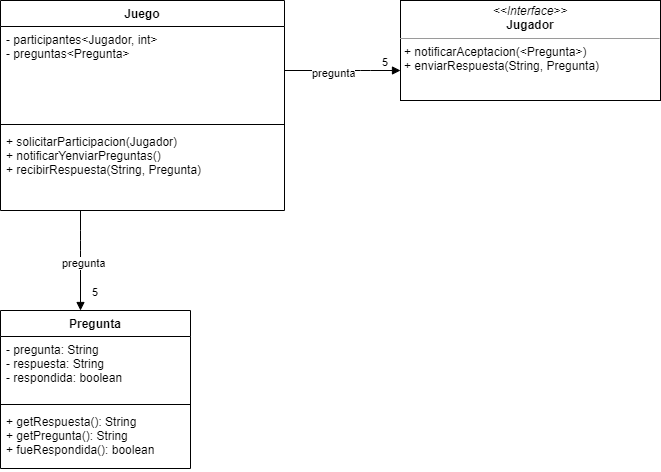
CundariNicolas/unqui-poo2-cundari keeps this draw.io diagram as src/concursoDePreguntas.png. Above is the earlier version. Source tidied: cells renumbered, new cells last; positions are measured from the earlier drawing's top-left corner, leaving out a move shared by most shapes.
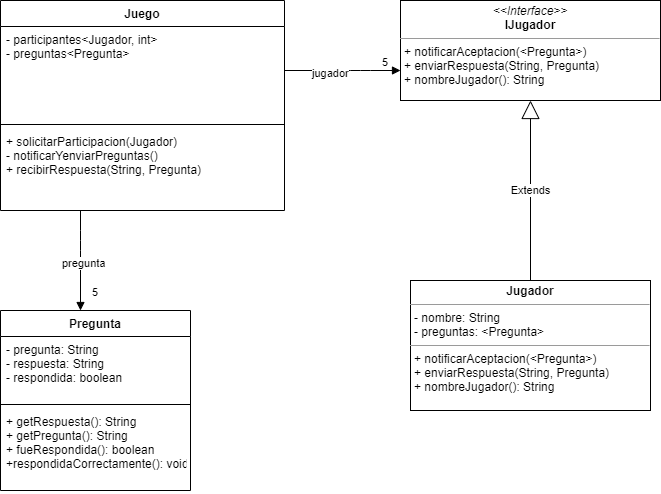
Above is the later version.

Change to the diagram source:
```diff
@@ -11,14 +11,14 @@
     <mxCell id="4" style="line;strokeWidth=1;fillColor=none;align=left;verticalAlign=middle;spacingTop=-1;spacingLeft=3;spacingRight=3;labelPosition=right;" parent="2" vertex="1">
       <mxGeometry y="120" width="284" height="8" as="geometry" />
     </mxCell>
-    <mxCell id="5" value="+ solicitarParticipacion(Jugador)&#10;+ notificarYenviarPreguntas()&#10;+ recibirRespuesta(String, Pregunta)&#10;&#10;" style="text;strokeColor=none;fillColor=none;align=left;verticalAlign=top;spacingLeft=4;spacingRight=4;overflow=hidden;" parent="2" vertex="1">
+    <mxCell id="5" value="+ solicitarParticipacion(Jugador)&#10;- notificarYenviarPreguntas()&#10;+ recibirRespuesta(String, Pregunta)&#10;&#10;" style="text;strokeColor=none;fillColor=none;align=left;verticalAlign=top;spacingLeft=4;spacingRight=4;overflow=hidden;" parent="2" vertex="1">
       <mxGeometry y="128" width="284" height="82" as="geometry" />
     </mxCell>
-    <mxCell id="6" value="&lt;p style=&quot;margin: 0px ; margin-top: 4px ; text-align: center&quot;&gt;&lt;i&gt;&amp;lt;&amp;lt;Interface&amp;gt;&amp;gt;&lt;/i&gt;&lt;br&gt;&lt;b&gt;Jugador&lt;/b&gt;&lt;/p&gt;&lt;hr size=&quot;1&quot;&gt;&lt;p style=&quot;margin: 0px ; margin-left: 4px&quot;&gt;+ notificarAceptacion(&amp;lt;Pregunta&amp;gt;)&lt;/p&gt;&lt;p style=&quot;margin: 0px ; margin-left: 4px&quot;&gt;+ enviarRespuesta(String, Pregunta)&lt;/p&gt;&lt;p style=&quot;margin: 0px ; margin-left: 4px&quot;&gt;&lt;br&gt;&lt;/p&gt;" style="verticalAlign=top;align=left;overflow=fill;fontSize=12;fontFamily=Helvetica;html=1;" parent="1" vertex="1">
+    <mxCell id="6" value="&lt;p style=&quot;margin: 0px ; margin-top: 4px ; text-align: center&quot;&gt;&lt;i&gt;&amp;lt;&amp;lt;Interface&amp;gt;&amp;gt;&lt;/i&gt;&lt;br&gt;&lt;b&gt;IJugador&lt;/b&gt;&lt;/p&gt;&lt;hr size=&quot;1&quot;&gt;&lt;p style=&quot;margin: 0px ; margin-left: 4px&quot;&gt;+ notificarAceptacion(&amp;lt;Pregunta&amp;gt;)&lt;/p&gt;&lt;p style=&quot;margin: 0px ; margin-left: 4px&quot;&gt;+ enviarRespuesta(String, Pregunta)&lt;/p&gt;&lt;p style=&quot;margin: 0px ; margin-left: 4px&quot;&gt;+ nombreJugador(): String&lt;/p&gt;&lt;p style=&quot;margin: 0px ; margin-left: 4px&quot;&gt;&lt;br&gt;&lt;/p&gt;" style="verticalAlign=top;align=left;overflow=fill;fontSize=12;fontFamily=Helvetica;html=1;" parent="1" vertex="1">
       <mxGeometry x="400" width="260" height="100" as="geometry" />
     </mxCell>
     <mxCell id="7" value="Pregunta" style="swimlane;fontStyle=1;align=center;verticalAlign=top;horizontal=1;startSize=26;" parent="1" vertex="1">
-      <mxGeometry y="310" width="190" height="158" as="geometry" />
+      <mxGeometry y="310" width="190" height="180" as="geometry" />
     </mxCell>
     <mxCell id="8" value="- pregunta: String&#10;- respuesta: String&#10;- respondida: boolean" style="text;strokeColor=none;fillColor=none;align=left;verticalAlign=top;spacingLeft=4;spacingRight=4;overflow=hidden;" parent="7" vertex="1">
       <mxGeometry y="26" width="190" height="64" as="geometry" />
@@ -26,8 +26,8 @@
     <mxCell id="9" style="line;strokeWidth=1;fillColor=none;align=left;verticalAlign=middle;spacingTop=-1;spacingLeft=3;spacingRight=3;labelPosition=right;" parent="7" vertex="1">
       <mxGeometry y="90" width="190" height="8" as="geometry" />
     </mxCell>
-    <mxCell id="10" value="+ getRespuesta(): String&#10;+ getPregunta(): String&#10;+ fueRespondida(): boolean" style="text;strokeColor=none;fillColor=none;align=left;verticalAlign=top;spacingLeft=4;spacingRight=4;overflow=hidden;" parent="7" vertex="1">
-      <mxGeometry y="98" width="190" height="60" as="geometry" />
+    <mxCell id="10" value="+ getRespuesta(): String&#10;+ getPregunta(): String&#10;+ fueRespondida(): boolean&#10;+respondidaCorrectamente(): void&#10;" style="text;strokeColor=none;fillColor=none;align=left;verticalAlign=top;spacingLeft=4;spacingRight=4;overflow=hidden;" parent="7" vertex="1">
+      <mxGeometry y="98" width="190" height="82" as="geometry" />
     </mxCell>
     <mxCell id="11" value="pregunta" style="endArrow=block;endFill=1;html=1;edgeStyle=orthogonalEdgeStyle;align=left;verticalAlign=top;" parent="1" edge="1" source="2" target="7">
       <mxGeometry x="-0.2" y="-20" relative="1" as="geometry">
@@ -42,7 +42,7 @@
         <mxPoint x="10" y="90" as="offset" />
       </mxGeometry>
     </mxCell>
-    <mxCell id="13" value="pregunta" style="endArrow=block;endFill=1;html=1;edgeStyle=orthogonalEdgeStyle;align=left;verticalAlign=top;" parent="1" edge="1" source="2" target="6">
+    <mxCell id="13" value="jugador" style="endArrow=block;endFill=1;html=1;edgeStyle=orthogonalEdgeStyle;align=left;verticalAlign=top;" parent="1" edge="1" source="2" target="6">
       <mxGeometry x="-0.55" y="10" relative="1" as="geometry">
         <Array as="points">
           <mxPoint x="360" y="70" />
@@ -55,5 +55,11 @@
         <mxPoint x="96" as="offset" />
       </mxGeometry>
     </mxCell>
+    <mxCell id="15" value="&lt;p style=&quot;margin: 0px ; margin-top: 4px ; text-align: center&quot;&gt;&lt;b&gt;Jugador&lt;/b&gt;&lt;/p&gt;&lt;hr size=&quot;1&quot;&gt;&lt;p style=&quot;margin: 0px ; margin-left: 4px&quot;&gt;- nombre: String&lt;/p&gt;&lt;p style=&quot;margin: 0px ; margin-left: 4px&quot;&gt;- preguntas: &amp;lt;Pregunta&amp;gt;&lt;/p&gt;&lt;hr size=&quot;1&quot;&gt;&lt;p style=&quot;margin: 0px 0px 0px 4px&quot;&gt;+ notificarAceptacion(&amp;lt;Pregunta&amp;gt;)&lt;/p&gt;&lt;p style=&quot;margin: 0px 0px 0px 4px&quot;&gt;+ enviarRespuesta(String, Pregunta)&lt;/p&gt;&lt;p style=&quot;margin: 0px 0px 0px 4px&quot;&gt;+ nombreJugador(): String&lt;/p&gt;" style="verticalAlign=top;align=left;overflow=fill;fontSize=12;fontFamily=Helvetica;html=1;" parent="1" vertex="1">
+      <mxGeometry x="410" y="280" width="240" height="130" as="geometry" />
+    </mxCell>
+    <mxCell id="16" value="Extends" style="endArrow=block;endSize=16;endFill=0;html=1;" parent="1" edge="1" source="15" target="6">
+      <mxGeometry relative="1" as="geometry" />
+    </mxCell>
   </root>
 </mxGraphModel>
```
